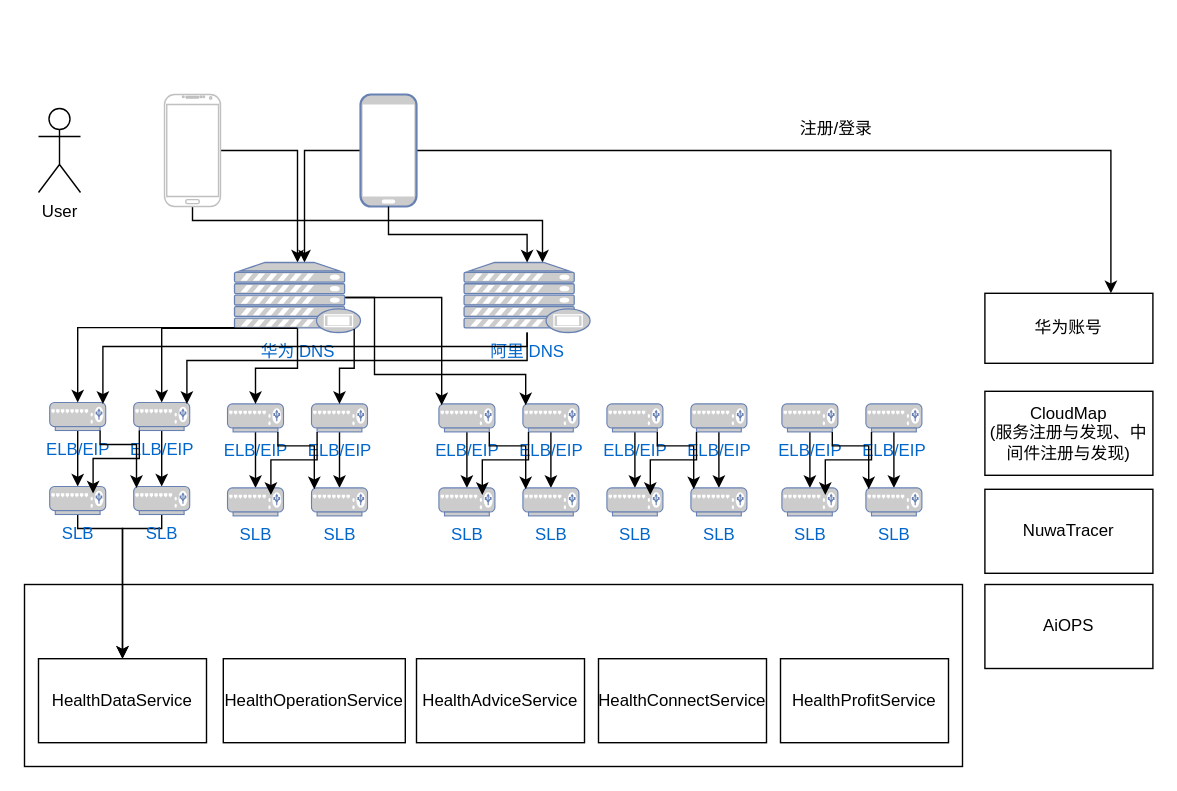
Above: 运动健康云架构--第1层服务粒度架构.drawio in HuaHero/interview (draw.io), before the change. Source tidied: cells renumbered, new cells numbered last; positions are measured from the earlier drawing's top-left corner, leaving out a move shared by most shapes. Both pictures are drawn from the tidied source at 140%, with x=0, y=0 at pixel (24, 94).
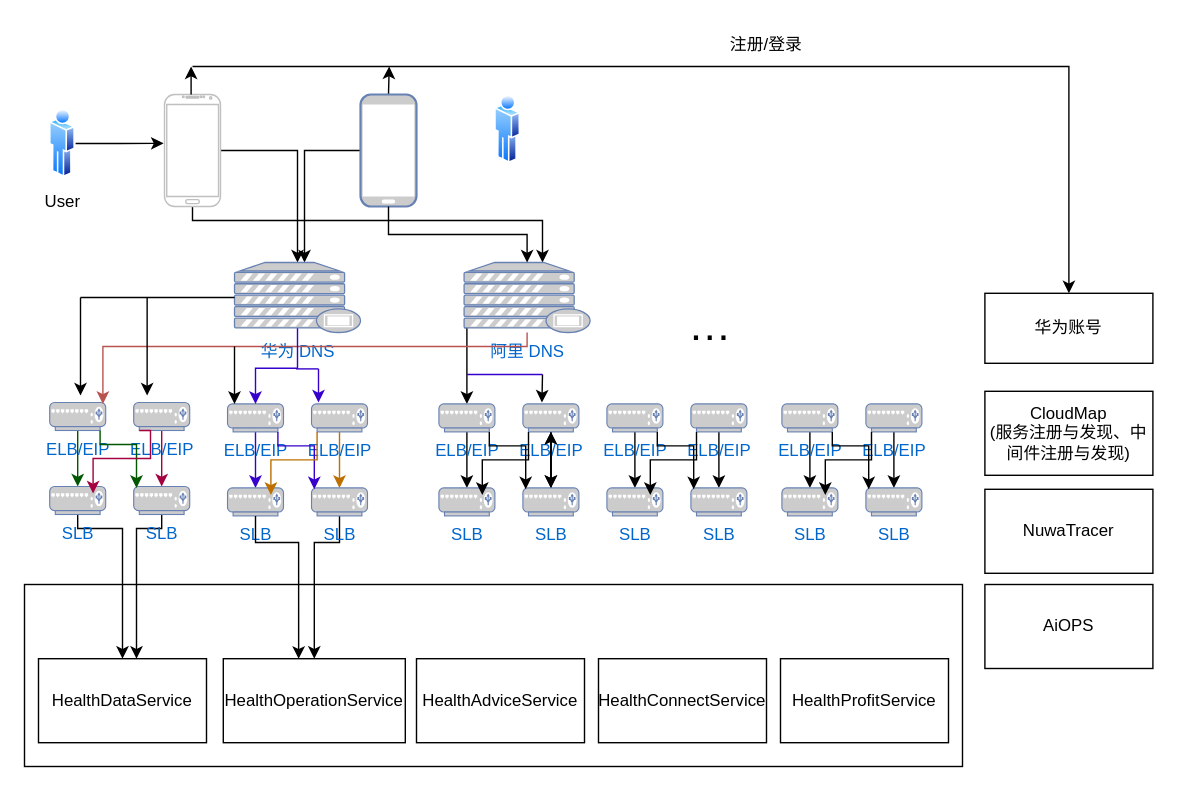
The same page after the edit.

Commit message (it also covers changes not shown here):
更新运动健康云架构--第1层服务粒度架构.drawio

Unchanged cells that the change refers to:
```xml
<mxCell id="3" value="华为账号" style="rounded=0;whiteSpace=wrap;html=1;" parent="1" vertex="1">
  <mxGeometry x="686" y="142" width="120" height="50" as="geometry" />
</mxCell>
<mxCell id="4" value="HealthDataService" style="rounded=0;whiteSpace=wrap;html=1;" parent="1" vertex="1">
  <mxGeometry x="10" y="403" width="120" height="60" as="geometry" />
</mxCell>
<mxCell id="5" value="HealthOperationService" style="rounded=0;whiteSpace=wrap;html=1;" parent="1" vertex="1">
  <mxGeometry x="142" y="403" width="130" height="60" as="geometry" />
</mxCell>
<mxCell id="12" style="verticalLabelPosition=bottom;verticalAlign=top;html=1;shadow=0;dashed=0;strokeWidth=1;shape=mxgraph.android.phone2;strokeColor=#c0c0c0;" parent="1" vertex="1">
  <mxGeometry x="100" width="40" height="80" as="geometry" />
</mxCell>
<mxCell id="15" style="fontColor=#0066CC;verticalAlign=top;verticalLabelPosition=bottom;labelPosition=center;align=center;html=1;outlineConnect=0;fillColor=#CCCCCC;strokeColor=#6881B3;gradientColor=none;gradientDirection=north;strokeWidth=2;shape=mxgraph.networks.mobile;" parent="1" vertex="1">
  <mxGeometry x="240" width="40" height="80" as="geometry" />
</mxCell>
<mxCell id="17" value="ELB/EIP" style="fontColor=#0066CC;verticalAlign=top;verticalLabelPosition=bottom;labelPosition=center;align=center;html=1;outlineConnect=0;fillColor=#CCCCCC;strokeColor=#6881B3;gradientColor=none;gradientDirection=north;strokeWidth=2;shape=mxgraph.networks.load_balancer;" parent="1" vertex="1">
  <mxGeometry x="18" y="220" width="40" height="20" as="geometry" />
</mxCell>
<mxCell id="19" value="ELB/EIP" style="fontColor=#0066CC;verticalAlign=top;verticalLabelPosition=bottom;labelPosition=center;align=center;html=1;outlineConnect=0;fillColor=#CCCCCC;strokeColor=#6881B3;gradientColor=none;gradientDirection=north;strokeWidth=2;shape=mxgraph.networks.load_balancer;" parent="1" vertex="1">
  <mxGeometry x="78" y="220" width="40" height="20" as="geometry" />
</mxCell>
<mxCell id="20" value="华为 DNS" style="fontColor=#0066CC;verticalAlign=top;verticalLabelPosition=bottom;labelPosition=center;align=center;html=1;outlineConnect=0;fillColor=#CCCCCC;strokeColor=#6881B3;gradientColor=none;gradientDirection=north;strokeWidth=2;shape=mxgraph.networks.proxy_server;" parent="1" vertex="1">
  <mxGeometry x="150" y="120" width="90" height="50" as="geometry" />
</mxCell>
<mxCell id="21" value="阿里 DNS" style="fontColor=#0066CC;verticalAlign=top;verticalLabelPosition=bottom;labelPosition=center;align=center;html=1;outlineConnect=0;fillColor=#CCCCCC;strokeColor=#6881B3;gradientColor=none;gradientDirection=north;strokeWidth=2;shape=mxgraph.networks.proxy_server;" parent="1" vertex="1">
  <mxGeometry x="314" y="120" width="90" height="50" as="geometry" />
</mxCell>
<mxCell id="26" value="SLB" style="fontColor=#0066CC;verticalAlign=top;verticalLabelPosition=bottom;labelPosition=center;align=center;html=1;outlineConnect=0;fillColor=#CCCCCC;strokeColor=#6881B3;gradientColor=none;gradientDirection=north;strokeWidth=2;shape=mxgraph.networks.load_balancer;" parent="1" vertex="1">
  <mxGeometry x="18" y="280" width="40" height="20" as="geometry" />
</mxCell>
<mxCell id="28" value="SLB" style="fontColor=#0066CC;verticalAlign=top;verticalLabelPosition=bottom;labelPosition=center;align=center;html=1;outlineConnect=0;fillColor=#CCCCCC;strokeColor=#6881B3;gradientColor=none;gradientDirection=north;strokeWidth=2;shape=mxgraph.networks.load_balancer;" parent="1" vertex="1">
  <mxGeometry x="78" y="280" width="40" height="20" as="geometry" />
</mxCell>
<mxCell id="32" value="ELB/EIP" style="fontColor=#0066CC;verticalAlign=top;verticalLabelPosition=bottom;labelPosition=center;align=center;html=1;outlineConnect=0;fillColor=#CCCCCC;strokeColor=#6881B3;gradientColor=none;gradientDirection=north;strokeWidth=2;shape=mxgraph.networks.load_balancer;" parent="1" vertex="1">
  <mxGeometry x="145" y="221" width="40" height="20" as="geometry" />
</mxCell>
<mxCell id="34" value="ELB/EIP" style="fontColor=#0066CC;verticalAlign=top;verticalLabelPosition=bottom;labelPosition=center;align=center;html=1;outlineConnect=0;fillColor=#CCCCCC;strokeColor=#6881B3;gradientColor=none;gradientDirection=north;strokeWidth=2;shape=mxgraph.networks.load_balancer;" parent="1" vertex="1">
  <mxGeometry x="205" y="221" width="40" height="20" as="geometry" />
</mxCell>
<mxCell id="35" value="SLB" style="fontColor=#0066CC;verticalAlign=top;verticalLabelPosition=bottom;labelPosition=center;align=center;html=1;outlineConnect=0;fillColor=#CCCCCC;strokeColor=#6881B3;gradientColor=none;gradientDirection=north;strokeWidth=2;shape=mxgraph.networks.load_balancer;" parent="1" vertex="1">
  <mxGeometry x="145" y="281" width="40" height="20" as="geometry" />
</mxCell>
<mxCell id="36" value="SLB" style="fontColor=#0066CC;verticalAlign=top;verticalLabelPosition=bottom;labelPosition=center;align=center;html=1;outlineConnect=0;fillColor=#CCCCCC;strokeColor=#6881B3;gradientColor=none;gradientDirection=north;strokeWidth=2;shape=mxgraph.networks.load_balancer;" parent="1" vertex="1">
  <mxGeometry x="205" y="281" width="40" height="20" as="geometry" />
</mxCell>
<mxCell id="40" value="ELB/EIP" style="fontColor=#0066CC;verticalAlign=top;verticalLabelPosition=bottom;labelPosition=center;align=center;html=1;outlineConnect=0;fillColor=#CCCCCC;strokeColor=#6881B3;gradientColor=none;gradientDirection=north;strokeWidth=2;shape=mxgraph.networks.load_balancer;" parent="1" vertex="1">
  <mxGeometry x="296" y="221" width="40" height="20" as="geometry" />
</mxCell>
<mxCell id="42" value="ELB/EIP" style="fontColor=#0066CC;verticalAlign=top;verticalLabelPosition=bottom;labelPosition=center;align=center;html=1;outlineConnect=0;fillColor=#CCCCCC;strokeColor=#6881B3;gradientColor=none;gradientDirection=north;strokeWidth=2;shape=mxgraph.networks.load_balancer;" parent="1" vertex="1">
  <mxGeometry x="356" y="221" width="40" height="20" as="geometry" />
</mxCell>
<mxCell id="44" value="SLB" style="fontColor=#0066CC;verticalAlign=top;verticalLabelPosition=bottom;labelPosition=center;align=center;html=1;outlineConnect=0;fillColor=#CCCCCC;strokeColor=#6881B3;gradientColor=none;gradientDirection=north;strokeWidth=2;shape=mxgraph.networks.load_balancer;" parent="1" vertex="1">
  <mxGeometry x="356" y="281" width="40" height="20" as="geometry" />
</mxCell>
```

Diff of the diagram source:
```diff
@@
+    <mxCell id="73" style="edgeStyle=orthogonalEdgeStyle;rounded=0;jettySize=auto;html=1;entryX=0.5;entryY=0;entryDx=0;entryDy=0;" parent="1" edge="1" source="67" target="3">
+      <mxGeometry relative="1" as="geometry">
+        <Array as="points">
+          <mxPoint x="120" y="-20" />
+          <mxPoint x="746" y="-20" />
+        </Array>
+      </mxGeometry>
+    </mxCell>
@@
-    <mxCell id="14" style="edgeStyle=orthogonalEdgeStyle;rounded=0;jettySize=auto;html=1;entryX=0.75;entryY=0;entryDx=0;entryDy=0;" parent="1" edge="1" source="15" target="3">
-      <mxGeometry relative="1" as="geometry" />
-    </mxCell>
+    <mxCell id="74" style="edgeStyle=orthogonalEdgeStyle;rounded=0;jettySize=auto;html=1;exitX=0.5;exitY=0;exitDx=0;exitDy=0;exitPerimeter=0;" parent="1" edge="1" source="15">
+      <mxGeometry relative="1" as="geometry">
+        <mxPoint x="260.5" y="-20" as="targetPoint" />
+      </mxGeometry>
+    </mxCell>
@@
-    <mxCell id="16" style="edgeStyle=orthogonalEdgeStyle;rounded=0;jettySize=auto;html=1;exitX=0.5;exitY=1;exitDx=0;exitDy=0;exitPerimeter=0;" parent="1" edge="1" source="17" target="26">
+    <mxCell id="16" style="edgeStyle=orthogonalEdgeStyle;rounded=0;jettySize=auto;html=1;exitX=0.5;exitY=1;exitDx=0;exitDy=0;exitPerimeter=0;fillColor=#008a00;strokeColor=#005700;" parent="1" edge="1" source="17" target="26">
       <mxGeometry relative="1" as="geometry" />
     </mxCell>
@@
-    <mxCell id="18" style="edgeStyle=orthogonalEdgeStyle;rounded=0;jettySize=auto;html=1;" parent="1" edge="1" source="19" target="28">
+    <mxCell id="18" style="edgeStyle=orthogonalEdgeStyle;rounded=0;jettySize=auto;html=1;fillColor=#d80073;strokeColor=#A50040;" parent="1" edge="1" source="19" target="28">
       <mxGeometry relative="1" as="geometry" />
     </mxCell>
@@
+    <mxCell id="75" style="edgeStyle=orthogonalEdgeStyle;rounded=0;jettySize=auto;html=1;exitX=0;exitY=0.93;exitDx=0;exitDy=0;exitPerimeter=0;" parent="1" edge="1" source="21" target="40">
+      <mxGeometry relative="1" as="geometry">
+        <Array as="points">
+          <mxPoint x="316" y="167" />
+        </Array>
+      </mxGeometry>
+    </mxCell>
@@
-    <mxCell id="23" style="edgeStyle=orthogonalEdgeStyle;rounded=0;jettySize=auto;html=1;exitX=0;exitY=0.93;exitDx=0;exitDy=0;exitPerimeter=0;entryX=0.5;entryY=0;entryDx=0;entryDy=0;entryPerimeter=0;" parent="1" edge="1" source="20" target="17">
-      <mxGeometry relative="1" as="geometry" />
-    </mxCell>
-    <mxCell id="24" style="edgeStyle=orthogonalEdgeStyle;rounded=0;jettySize=auto;html=1;exitX=0.5;exitY=0.94;exitDx=0;exitDy=0;exitPerimeter=0;entryX=0.5;entryY=0;entryDx=0;entryDy=0;entryPerimeter=0;" parent="1" edge="1" source="20" target="19">
-      <mxGeometry relative="1" as="geometry" />
-    </mxCell>
@@
     <mxCell id="27" style="edgeStyle=orthogonalEdgeStyle;rounded=0;jettySize=auto;html=1;" parent="1" edge="1" source="28" target="4">
       <mxGeometry relative="1" as="geometry">
         <Array as="points">
           <mxPoint x="98" y="310" />
-          <mxPoint x="70" y="310" />
+          <mxPoint x="80" y="310" />
         </Array>
       </mxGeometry>
     </mxCell>
@@
-    <mxCell id="29" style="edgeStyle=orthogonalEdgeStyle;rounded=0;jettySize=auto;html=1;exitX=0.9;exitY=1;exitDx=0;exitDy=0;exitPerimeter=0;entryX=0.05;entryY=0.05;entryDx=0;entryDy=0;entryPerimeter=0;" parent="1" edge="1" source="17" target="28">
+    <mxCell id="29" style="edgeStyle=orthogonalEdgeStyle;rounded=0;jettySize=auto;html=1;exitX=0.9;exitY=1;exitDx=0;exitDy=0;exitPerimeter=0;entryX=0.05;entryY=0.05;entryDx=0;entryDy=0;entryPerimeter=0;fillColor=#008a00;strokeColor=#005700;" parent="1" edge="1" source="17" target="28">
       <mxGeometry relative="1" as="geometry">
         <Array as="points">
           <mxPoint x="54" y="250" />
           <mxPoint x="80" y="250" />
         </Array>
       </mxGeometry>
     </mxCell>
-    <mxCell id="30" style="edgeStyle=orthogonalEdgeStyle;rounded=0;jettySize=auto;html=1;exitX=0.1;exitY=1;exitDx=0;exitDy=0;exitPerimeter=0;entryX=0.775;entryY=0.25;entryDx=0;entryDy=0;entryPerimeter=0;" parent="1" edge="1" source="19" target="26">
+    <mxCell id="30" style="edgeStyle=orthogonalEdgeStyle;rounded=0;jettySize=auto;html=1;exitX=0.1;exitY=1;exitDx=0;exitDy=0;exitPerimeter=0;entryX=0.775;entryY=0.25;entryDx=0;entryDy=0;entryPerimeter=0;fillColor=#d80073;strokeColor=#A50040;" parent="1" edge="1" source="19" target="26">
       <mxGeometry relative="1" as="geometry">
         <Array as="points">
-          <mxPoint x="82" y="260" />
+          <mxPoint x="90" y="240" />
+          <mxPoint x="90" y="260" />
           <mxPoint x="49" y="260" />
         </Array>
       </mxGeometry>
     </mxCell>
-    <mxCell id="31" style="edgeStyle=orthogonalEdgeStyle;rounded=0;jettySize=auto;html=1;exitX=0.5;exitY=1;exitDx=0;exitDy=0;exitPerimeter=0;" parent="1" edge="1" source="32" target="35">
+    <mxCell id="31" style="edgeStyle=orthogonalEdgeStyle;rounded=0;jettySize=auto;html=1;exitX=0.5;exitY=1;exitDx=0;exitDy=0;exitPerimeter=0;fillColor=#6a00ff;strokeColor=#3700CC;" parent="1" edge="1" source="32" target="35">
       <mxGeometry relative="1" as="geometry" />
     </mxCell>
@@
-    <mxCell id="33" style="edgeStyle=orthogonalEdgeStyle;rounded=0;jettySize=auto;html=1;" parent="1" edge="1" source="34" target="36">
+    <mxCell id="33" style="edgeStyle=orthogonalEdgeStyle;rounded=0;jettySize=auto;html=1;fillColor=#f0a30a;strokeColor=#BD7000;" parent="1" edge="1" source="34" target="36">
       <mxGeometry relative="1" as="geometry" />
     </mxCell>
@@
+    <mxCell id="76" style="edgeStyle=orthogonalEdgeStyle;rounded=0;jettySize=auto;html=1;exitX=0.5;exitY=1;exitDx=0;exitDy=0;exitPerimeter=0;entryX=0.5;entryY=0;entryDx=0;entryDy=0;" parent="1" edge="1" source="36" target="5">
+      <mxGeometry relative="1" as="geometry">
+        <Array as="points">
+          <mxPoint x="225" y="320" />
+          <mxPoint x="207" y="320" />
+        </Array>
+      </mxGeometry>
+    </mxCell>
@@
-    <mxCell id="37" style="edgeStyle=orthogonalEdgeStyle;rounded=0;jettySize=auto;html=1;exitX=0.9;exitY=1;exitDx=0;exitDy=0;exitPerimeter=0;entryX=0.05;entryY=0.05;entryDx=0;entryDy=0;entryPerimeter=0;" parent="1" edge="1" source="32" target="36">
+    <mxCell id="37" style="edgeStyle=orthogonalEdgeStyle;rounded=0;jettySize=auto;html=1;exitX=0.9;exitY=1;exitDx=0;exitDy=0;exitPerimeter=0;entryX=0.05;entryY=0.05;entryDx=0;entryDy=0;entryPerimeter=0;fillColor=#6a00ff;strokeColor=#3700CC;" parent="1" edge="1" source="32" target="36">
       <mxGeometry relative="1" as="geometry">
         <Array as="points">
           <mxPoint x="181" y="251" />
           <mxPoint x="207" y="251" />
         </Array>
       </mxGeometry>
     </mxCell>
-    <mxCell id="38" style="edgeStyle=orthogonalEdgeStyle;rounded=0;jettySize=auto;html=1;exitX=0.1;exitY=1;exitDx=0;exitDy=0;exitPerimeter=0;entryX=0.775;entryY=0.25;entryDx=0;entryDy=0;entryPerimeter=0;" parent="1" edge="1" source="34" target="35">
+    <mxCell id="38" style="edgeStyle=orthogonalEdgeStyle;rounded=0;jettySize=auto;html=1;exitX=0.1;exitY=1;exitDx=0;exitDy=0;exitPerimeter=0;entryX=0.775;entryY=0.25;entryDx=0;entryDy=0;entryPerimeter=0;fillColor=#f0a30a;strokeColor=#BD7000;" parent="1" edge="1" source="34" target="35">
       <mxGeometry relative="1" as="geometry">
         <Array as="points">
           <mxPoint x="209" y="261" />
           <mxPoint x="176" y="261" />
         </Array>
       </mxGeometry>
     </mxCell>
@@
+    <mxCell id="77" style="edgeStyle=orthogonalEdgeStyle;rounded=0;jettySize=auto;html=1;" parent="1" edge="1" source="42" target="44">
+      <mxGeometry relative="1" as="geometry" />
+    </mxCell>
@@
+    <mxCell id="78" style="edgeStyle=orthogonalEdgeStyle;rounded=0;jettySize=auto;html=1;" parent="1" edge="1" source="44" target="42">
+      <mxGeometry relative="1" as="geometry" />
+    </mxCell>
+    <mxCell id="79" style="edgeStyle=orthogonalEdgeStyle;rounded=0;jettySize=auto;html=1;" parent="1" edge="1" source="44" target="42">
+      <mxGeometry relative="1" as="geometry" />
+    </mxCell>
@@
-    <mxCell id="63" style="edgeStyle=orthogonalEdgeStyle;rounded=0;jettySize=auto;html=1;entryX=0.95;entryY=0.05;entryDx=0;entryDy=0;entryPerimeter=0;" parent="1" edge="1" source="21" target="17">
+    <mxCell id="63" style="edgeStyle=orthogonalEdgeStyle;rounded=0;jettySize=auto;html=1;entryX=0.95;entryY=0.05;entryDx=0;entryDy=0;entryPerimeter=0;fillColor=#f8cecc;strokeColor=#b85450;" parent="1" edge="1" source="21" target="17">
       <mxGeometry relative="1" as="geometry">
         <Array as="points">
           <mxPoint x="359" y="180" />
           <mxPoint x="56" y="180" />
         </Array>
       </mxGeometry>
     </mxCell>
-    <mxCell id="64" style="edgeStyle=orthogonalEdgeStyle;rounded=0;jettySize=auto;html=1;entryX=0.95;entryY=0.05;entryDx=0;entryDy=0;entryPerimeter=0;" parent="1" edge="1" source="21" target="19">
-      <mxGeometry relative="1" as="geometry">
-        <Array as="points">
-          <mxPoint x="359" y="190" />
-          <mxPoint x="116" y="190" />
-        </Array>
-      </mxGeometry>
-    </mxCell>
@@
+    <mxCell id="69" style="edgeStyle=orthogonalEdgeStyle;rounded=0;jettySize=auto;html=1;exitX=0.5;exitY=0.94;exitDx=0;exitDy=0;exitPerimeter=0;entryX=0.5;entryY=0;entryDx=0;entryDy=0;entryPerimeter=0;fillColor=#6a00ff;strokeColor=#3700CC;" parent="1" edge="1" source="20" target="32">
+      <mxGeometry relative="1" as="geometry" />
+    </mxCell>
+    <mxCell id="80" style="edgeStyle=orthogonalEdgeStyle;rounded=0;jettySize=auto;html=1;exitX=0.5;exitY=1;exitDx=0;exitDy=0;exitPerimeter=0;entryX=0.414;entryY=0.002;entryDx=0;entryDy=0;entryPerimeter=0;" parent="1" edge="1" source="35" target="5">
+      <mxGeometry relative="1" as="geometry">
+        <Array as="points">
+          <mxPoint x="165" y="320" />
+          <mxPoint x="196" y="320" />
+        </Array>
+      </mxGeometry>
+    </mxCell>
+    <mxCell id="68" value="User" style="image;perimeter=ellipsePerimeter;html=1;align=center;shadow=0;dashed=0;spacingTop=3;image=img/lib/active_directory/user.svg;" parent="1" vertex="1">
+      <mxGeometry x="18" y="10" width="18.5" height="50" as="geometry" />
+    </mxCell>
+    <mxCell id="81" style="edgeStyle=orthogonalEdgeStyle;rounded=0;jettySize=auto;html=1;exitX=1;exitY=0.5;exitDx=0;exitDy=0;entryX=-0.016;entryY=0.436;entryDx=0;entryDy=0;entryPerimeter=0;" parent="1" edge="1" source="68" target="12">
+      <mxGeometry relative="1" as="geometry" />
+    </mxCell>
+    <mxCell id="82" style="image;perimeter=ellipsePerimeter;html=1;align=center;shadow=0;dashed=0;spacingTop=3;image=img/lib/active_directory/user.svg;" parent="1" vertex="1">
+      <mxGeometry x="336" width="18.5" height="50" as="geometry" />
+    </mxCell>
+    <mxCell id="83" style="endArrow=classic;html=1;rounded=0;" parent="1" edge="1">
+      <mxGeometry relative="1" as="geometry">
+        <mxPoint x="119" as="sourcePoint" />
+        <mxPoint x="119" y="-20" as="targetPoint" />
+      </mxGeometry>
+    </mxCell>
     <mxCell id="67" value="注册/登录" style="text;html=1;strokeColor=none;fillColor=none;align=center;verticalAlign=middle;whiteSpace=wrap;rounded=0;" parent="1" vertex="1">
-      <mxGeometry x="550" y="10" width="60" height="30" as="geometry" />
+      <mxGeometry x="500" y="-50" width="60" height="30" as="geometry" />
     </mxCell>
-    <mxCell id="68" value="User" style="shape=umlActor;verticalLabelPosition=bottom;verticalAlign=top;html=1;" parent="1" vertex="1">
-      <mxGeometry x="10" y="10" width="30" height="60" as="geometry" />
-    </mxCell>
-    <mxCell id="69" style="edgeStyle=orthogonalEdgeStyle;rounded=0;jettySize=auto;html=1;exitX=0.5;exitY=0.94;exitDx=0;exitDy=0;exitPerimeter=0;entryX=0.5;entryY=0;entryDx=0;entryDy=0;entryPerimeter=0;" parent="1" edge="1" source="20" target="32">
-      <mxGeometry relative="1" as="geometry" />
-    </mxCell>
-    <mxCell id="70" style="edgeStyle=orthogonalEdgeStyle;rounded=0;jettySize=auto;html=1;exitX=0.95;exitY=0.95;exitDx=0;exitDy=0;exitPerimeter=0;entryX=0.5;entryY=0;entryDx=0;entryDy=0;entryPerimeter=0;" parent="1" edge="1" source="20" target="34">
-      <mxGeometry relative="1" as="geometry" />
-    </mxCell>
-    <mxCell id="71" style="edgeStyle=orthogonalEdgeStyle;rounded=0;jettySize=auto;html=1;exitX=0.88;exitY=0.5;exitDx=0;exitDy=0;exitPerimeter=0;entryX=0.05;entryY=0.05;entryDx=0;entryDy=0;entryPerimeter=0;" parent="1" edge="1" source="20" target="40">
-      <mxGeometry relative="1" as="geometry" />
-    </mxCell>
-    <mxCell id="72" style="edgeStyle=orthogonalEdgeStyle;rounded=0;jettySize=auto;html=1;exitX=0.88;exitY=0.5;exitDx=0;exitDy=0;exitPerimeter=0;entryX=0.05;entryY=0.05;entryDx=0;entryDy=0;entryPerimeter=0;" parent="1" edge="1" source="20" target="42">
-      <mxGeometry relative="1" as="geometry">
-        <Array as="points">
-          <mxPoint x="250" y="145" />
-          <mxPoint x="250" y="200" />
-          <mxPoint x="358" y="200" />
-        </Array>
-      </mxGeometry>
-    </mxCell>
+    <mxCell id="84" value="…" style="text;html=1;strokeColor=none;fillColor=none;align=center;verticalAlign=middle;whiteSpace=wrap;rounded=0;fontSize=31;" parent="1" vertex="1">
+      <mxGeometry x="440" y="140" width="100" height="50" as="geometry" />
+    </mxCell>
+    <mxCell id="85" style="endArrow=none;html=1;rounded=0;entryX=0;entryY=0.5;entryDx=0;entryDy=0;entryPerimeter=0;" parent="1" edge="1" target="20">
+      <mxGeometry relative="1" as="geometry">
+        <mxPoint x="40" y="145" as="sourcePoint" />
+      </mxGeometry>
+    </mxCell>
+    <mxCell id="86" style="endArrow=classic;html=1;rounded=0;entryX=0.5;entryY=0;entryDx=0;entryDy=0;entryPerimeter=0;" parent="1" edge="1">
+      <mxGeometry relative="1" as="geometry">
+        <mxPoint x="40" y="145" as="sourcePoint" />
+        <mxPoint x="40" y="215" as="targetPoint" />
+      </mxGeometry>
+    </mxCell>
+    <mxCell id="87" style="endArrow=classic;html=1;rounded=0;entryX=0.5;entryY=0;entryDx=0;entryDy=0;entryPerimeter=0;" parent="1" edge="1">
+      <mxGeometry relative="1" as="geometry">
+        <mxPoint x="87.6" y="145" as="sourcePoint" />
+        <mxPoint x="87.6" y="215" as="targetPoint" />
+      </mxGeometry>
+    </mxCell>
+    <mxCell id="88" style="endArrow=classic;html=1;rounded=0;entryX=0.5;entryY=0;entryDx=0;entryDy=0;entryPerimeter=0;" parent="1" edge="1">
+      <mxGeometry relative="1" as="geometry">
+        <mxPoint x="150" y="180" as="sourcePoint" />
+        <mxPoint x="150" y="221" as="targetPoint" />
+      </mxGeometry>
+    </mxCell>
+    <mxCell id="89" style="endArrow=classic;html=1;rounded=0;fillColor=#6a00ff;strokeColor=#3700CC;" parent="1" edge="1">
+      <mxGeometry relative="1" as="geometry">
+        <mxPoint x="210" y="196" as="sourcePoint" />
+        <mxPoint x="210" y="220" as="targetPoint" />
+      </mxGeometry>
+    </mxCell>
+    <mxCell id="90" style="endArrow=none;html=1;rounded=0;fillColor=#6a00ff;strokeColor=#3700CC;" parent="1" edge="1">
+      <mxGeometry relative="1" as="geometry">
+        <mxPoint x="194" y="196" as="sourcePoint" />
+        <mxPoint x="210" y="196" as="targetPoint" />
+      </mxGeometry>
+    </mxCell>
+    <mxCell id="91" style="endArrow=classic;html=1;rounded=0;entryX=0.5;entryY=0;entryDx=0;entryDy=0;entryPerimeter=0;" parent="1" edge="1">
+      <mxGeometry relative="1" as="geometry">
+        <mxPoint x="370" y="200" as="sourcePoint" />
+        <mxPoint x="369.6" y="220" as="targetPoint" />
+      </mxGeometry>
+    </mxCell>
+    <mxCell id="92" style="endArrow=none;html=1;rounded=0;fillColor=#6a00ff;strokeColor=#3700CC;" parent="1" edge="1">
+      <mxGeometry relative="1" as="geometry">
+        <mxPoint x="316" y="200" as="sourcePoint" />
+        <mxPoint x="370" y="200" as="targetPoint" />
+      </mxGeometry>
+    </mxCell>
```
